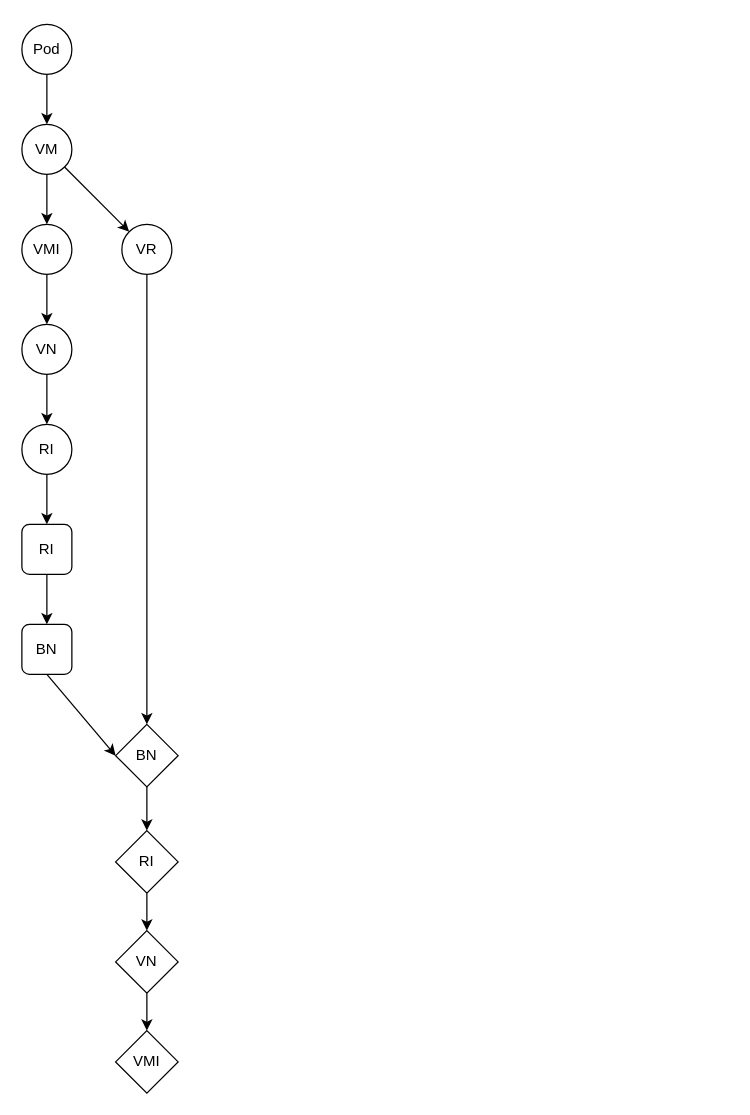
Above: Untitled Diagram2.drawio in michaelhenkel/validator (draw.io), before the change. Source tidied: cells renumbered, new cells numbered last; positions are measured from the earlier drawing's top-left corner, leaving out a move shared by most shapes. Both pictures are drawn from the tidied source at 125%, with x=0, y=0 at pixel (21, 24).
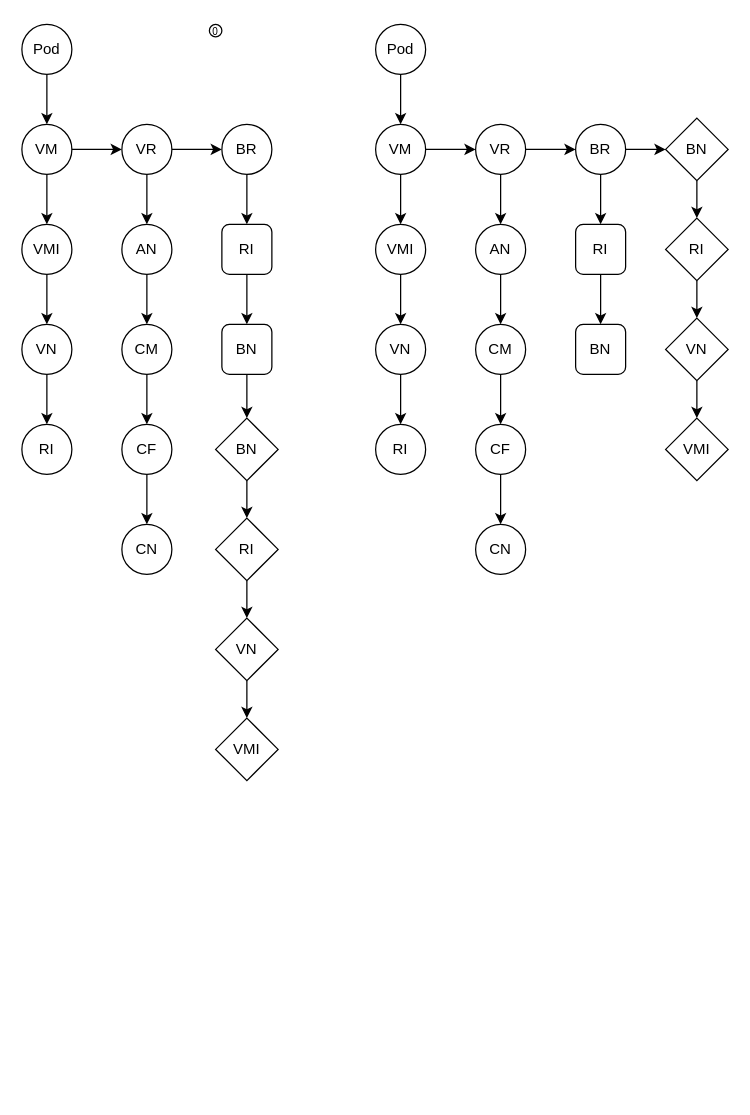
Above is the later version.

The change refers to these unchanged cells:
```xml
<mxCell id="5" value="VM" style="ellipse;whiteSpace=wrap;html=1;" parent="1" vertex="1">
  <mxGeometry y="80" width="40" height="40" as="geometry" />
</mxCell>
<mxCell id="11" value="RI" style="ellipse;whiteSpace=wrap;html=1;" parent="1" vertex="1">
  <mxGeometry y="320" width="40" height="40" as="geometry" />
</mxCell>
```

The edit, as a diff of the source:
```diff
@@
-    <mxCell id="10" style="edgeStyle=none;rounded=0;jettySize=auto;html=1;exitX=0.5;exitY=1;exitDx=0;exitDy=0;entryX=0.5;entryY=0;entryDx=0;entryDy=0;" parent="1" edge="1" source="11" target="13">
-      <mxGeometry relative="1" as="geometry" />
-    </mxCell>
@@
-    <mxCell id="12" style="edgeStyle=none;rounded=0;jettySize=auto;html=1;exitX=0.5;exitY=1;exitDx=0;exitDy=0;entryX=0.5;entryY=0;entryDx=0;entryDy=0;" parent="1" edge="1" source="13" target="15">
-      <mxGeometry relative="1" as="geometry" />
-    </mxCell>
-    <mxCell id="13" value="RI" style="rounded=1;whiteSpace=wrap;html=1;" parent="1" vertex="1">
-      <mxGeometry y="400" width="40" height="40" as="geometry" />
-    </mxCell>
-    <mxCell id="14" style="edgeStyle=none;rounded=0;jettySize=auto;html=1;exitX=0.5;exitY=1;exitDx=0;exitDy=0;entryX=0;entryY=0.5;entryDx=0;entryDy=0;" parent="1" edge="1" source="15" target="25">
-      <mxGeometry relative="1" as="geometry" />
-    </mxCell>
-    <mxCell id="15" value="BN" style="rounded=1;whiteSpace=wrap;html=1;" parent="1" vertex="1">
-      <mxGeometry y="480" width="40" height="40" as="geometry" />
-    </mxCell>
-    <mxCell id="16" style="edgeStyle=none;rounded=0;jettySize=auto;html=1;exitX=0.5;exitY=1;exitDx=0;exitDy=0;entryX=0.5;entryY=0;entryDx=0;entryDy=0;" parent="1" edge="1" source="17" target="19">
-      <mxGeometry relative="1" as="geometry" />
-    </mxCell>
-    <mxCell id="17" value="RI" style="rhombus;whiteSpace=wrap;html=1;" parent="1" vertex="1">
-      <mxGeometry x="75" y="645" width="50" height="50" as="geometry" />
-    </mxCell>
-    <mxCell id="18" style="edgeStyle=none;rounded=0;jettySize=auto;html=1;exitX=0.5;exitY=1;exitDx=0;exitDy=0;entryX=0.5;entryY=0;entryDx=0;entryDy=0;" parent="1" edge="1" source="19" target="20">
-      <mxGeometry relative="1" as="geometry" />
-    </mxCell>
-    <mxCell id="19" value="VN" style="rhombus;whiteSpace=wrap;html=1;" parent="1" vertex="1">
-      <mxGeometry x="75" y="725" width="50" height="50" as="geometry" />
-    </mxCell>
-    <mxCell id="20" value="VMI" style="rhombus;whiteSpace=wrap;html=1;" parent="1" vertex="1">
-      <mxGeometry x="75" y="805" width="50" height="50" as="geometry" />
-    </mxCell>
-    <mxCell id="21" style="edgeStyle=none;rounded=0;jettySize=auto;html=1;exitX=1;exitY=1;exitDx=0;exitDy=0;entryX=0;entryY=0;entryDx=0;entryDy=0;" parent="1" edge="1" source="5" target="23">
+    <mxCell id="21" style="edgeStyle=none;rounded=0;jettySize=auto;html=1;exitX=1;exitY=0.5;exitDx=0;exitDy=0;entryX=0;entryY=0.5;entryDx=0;entryDy=0;" parent="1" edge="1" source="5" target="23">
       <mxGeometry relative="1" as="geometry" />
     </mxCell>
-    <mxCell id="22" style="edgeStyle=none;rounded=0;jettySize=auto;html=1;exitX=0.5;exitY=1;exitDx=0;exitDy=0;entryX=0.5;entryY=0;entryDx=0;entryDy=0;" parent="1" edge="1" source="23" target="25">
-      <mxGeometry relative="1" as="geometry" />
+    <mxCell id="22" style="edgeStyle=none;rounded=0;jettySize=auto;html=1;entryX=0.5;entryY=0;entryDx=0;entryDy=0;" parent="1" edge="1" target="28">
+      <mxGeometry relative="1" as="geometry">
+        <mxPoint x="100" y="120" as="sourcePoint" />
+      </mxGeometry>
     </mxCell>
+    <mxCell id="26" style="edgeStyle=orthogonalEdgeStyle;curved=1;rounded=0;jettySize=auto;html=1;exitX=1;exitY=0.5;exitDx=0;exitDy=0;entryX=0;entryY=0.5;entryDx=0;entryDy=0;" parent="1" edge="1" source="23" target="34">
+      <mxGeometry relative="1" as="geometry" />
+    </mxCell>
     <mxCell id="23" value="VR" style="ellipse;whiteSpace=wrap;html=1;" parent="1" vertex="1">
-      <mxGeometry x="80" y="160" width="40" height="40" as="geometry" />
+      <mxGeometry x="80" y="80" width="40" height="40" as="geometry" />
     </mxCell>
-    <mxCell id="24" style="edgeStyle=none;rounded=0;jettySize=auto;html=1;exitX=0.5;exitY=1;exitDx=0;exitDy=0;entryX=0.5;entryY=0;entryDx=0;entryDy=0;" parent="1" edge="1" source="25" target="17">
-      <mxGeometry relative="1" as="geometry" />
-    </mxCell>
-    <mxCell id="25" value="BN" style="rhombus;whiteSpace=wrap;html=1;" parent="1" vertex="1">
-      <mxGeometry x="75" y="560" width="50" height="50" as="geometry" />
-    </mxCell>
+    <mxCell id="27" style="edgeStyle=orthogonalEdgeStyle;curved=1;rounded=0;jettySize=auto;html=1;" parent="1" edge="1" source="28" target="30">
+      <mxGeometry relative="1" as="geometry" />
+    </mxCell>
+    <mxCell id="28" value="AN" style="ellipse;whiteSpace=wrap;html=1;" parent="1" vertex="1">
+      <mxGeometry x="80" y="160" width="40" height="40" as="geometry" />
+    </mxCell>
+    <mxCell id="29" style="edgeStyle=orthogonalEdgeStyle;curved=1;rounded=0;jettySize=auto;html=1;" parent="1" edge="1" source="30" target="32">
+      <mxGeometry relative="1" as="geometry" />
+    </mxCell>
+    <mxCell id="30" value="CM" style="ellipse;whiteSpace=wrap;html=1;" parent="1" vertex="1">
+      <mxGeometry x="80" y="240" width="40" height="40" as="geometry" />
+    </mxCell>
+    <mxCell id="31" style="edgeStyle=orthogonalEdgeStyle;curved=1;rounded=0;jettySize=auto;html=1;exitX=0.5;exitY=1;exitDx=0;exitDy=0;entryX=0.5;entryY=0;entryDx=0;entryDy=0;" parent="1" edge="1" source="32" target="39">
+      <mxGeometry relative="1" as="geometry" />
+    </mxCell>
+    <mxCell id="32" value="CF" style="ellipse;whiteSpace=wrap;html=1;" parent="1" vertex="1">
+      <mxGeometry x="80" y="320" width="40" height="40" as="geometry" />
+    </mxCell>
+    <mxCell id="33" style="edgeStyle=orthogonalEdgeStyle;curved=1;rounded=0;jettySize=auto;html=1;exitX=0.5;exitY=1;exitDx=0;exitDy=0;entryX=0.5;entryY=0;entryDx=0;entryDy=0;" parent="1" edge="1" source="34" target="36">
+      <mxGeometry relative="1" as="geometry" />
+    </mxCell>
+    <mxCell id="34" value="BR" style="ellipse;whiteSpace=wrap;html=1;" parent="1" vertex="1">
+      <mxGeometry x="160" y="80" width="40" height="40" as="geometry" />
+    </mxCell>
+    <mxCell id="35" style="edgeStyle=orthogonalEdgeStyle;curved=1;rounded=0;jettySize=auto;html=1;" parent="1" edge="1" source="36" target="38">
+      <mxGeometry relative="1" as="geometry" />
+    </mxCell>
+    <mxCell id="36" value="RI" style="rounded=1;whiteSpace=wrap;html=1;" parent="1" vertex="1">
+      <mxGeometry x="160" y="160" width="40" height="40" as="geometry" />
+    </mxCell>
+    <mxCell id="37" style="edgeStyle=orthogonalEdgeStyle;curved=1;rounded=0;jettySize=auto;html=1;" parent="1" edge="1" source="38" target="41">
+      <mxGeometry relative="1" as="geometry" />
+    </mxCell>
+    <mxCell id="38" value="BN" style="rounded=1;whiteSpace=wrap;html=1;" parent="1" vertex="1">
+      <mxGeometry x="160" y="240" width="40" height="40" as="geometry" />
+    </mxCell>
+    <mxCell id="39" value="CN" style="ellipse;whiteSpace=wrap;html=1;" parent="1" vertex="1">
+      <mxGeometry x="80" y="400" width="40" height="40" as="geometry" />
+    </mxCell>
+    <mxCell id="40" style="edgeStyle=orthogonalEdgeStyle;curved=1;rounded=0;jettySize=auto;html=1;" parent="1" edge="1" source="41" target="43">
+      <mxGeometry relative="1" as="geometry" />
+    </mxCell>
+    <mxCell id="41" value="BN" style="rhombus;whiteSpace=wrap;html=1;" parent="1" vertex="1">
+      <mxGeometry x="155" y="315" width="50" height="50" as="geometry" />
+    </mxCell>
+    <mxCell id="42" style="edgeStyle=orthogonalEdgeStyle;curved=1;rounded=0;jettySize=auto;html=1;" parent="1" edge="1" source="43" target="45">
+      <mxGeometry relative="1" as="geometry" />
+    </mxCell>
+    <mxCell id="43" value="RI" style="rhombus;whiteSpace=wrap;html=1;" parent="1" vertex="1">
+      <mxGeometry x="155" y="395" width="50" height="50" as="geometry" />
+    </mxCell>
+    <mxCell id="44" style="edgeStyle=orthogonalEdgeStyle;curved=1;rounded=0;jettySize=auto;html=1;" parent="1" edge="1" source="45" target="46">
+      <mxGeometry relative="1" as="geometry" />
+    </mxCell>
+    <mxCell id="45" value="VN" style="rhombus;whiteSpace=wrap;html=1;" parent="1" vertex="1">
+      <mxGeometry x="155" y="475" width="50" height="50" as="geometry" />
+    </mxCell>
+    <mxCell id="46" value="VMI" style="rhombus;whiteSpace=wrap;html=1;" parent="1" vertex="1">
+      <mxGeometry x="155" y="555" width="50" height="50" as="geometry" />
+    </mxCell>
+    <mxCell id="47" style="edgeStyle=none;rounded=0;jettySize=auto;html=1;exitX=0.5;exitY=1;exitDx=0;exitDy=0;entryX=0.5;entryY=0;entryDx=0;entryDy=0;" parent="1" edge="1" source="48" target="50">
+      <mxGeometry relative="1" as="geometry" />
+    </mxCell>
+    <mxCell id="48" value="Pod" style="ellipse;whiteSpace=wrap;html=1;" parent="1" vertex="1">
+      <mxGeometry x="283" width="40" height="40" as="geometry" />
+    </mxCell>
+    <mxCell id="49" style="edgeStyle=none;rounded=0;jettySize=auto;html=1;exitX=0.5;exitY=1;exitDx=0;exitDy=0;entryX=0.5;entryY=0;entryDx=0;entryDy=0;" parent="1" edge="1" source="50" target="52">
+      <mxGeometry relative="1" as="geometry" />
+    </mxCell>
+    <mxCell id="50" value="VM" style="ellipse;whiteSpace=wrap;html=1;" parent="1" vertex="1">
+      <mxGeometry x="283" y="80" width="40" height="40" as="geometry" />
+    </mxCell>
+    <mxCell id="51" style="edgeStyle=none;rounded=0;jettySize=auto;html=1;entryX=0.5;entryY=0;entryDx=0;entryDy=0;" parent="1" edge="1" source="52" target="54">
+      <mxGeometry relative="1" as="geometry" />
+    </mxCell>
+    <mxCell id="52" value="VMI" style="ellipse;whiteSpace=wrap;html=1;" parent="1" vertex="1">
+      <mxGeometry x="283" y="160" width="40" height="40" as="geometry" />
+    </mxCell>
+    <mxCell id="53" style="edgeStyle=none;rounded=0;jettySize=auto;html=1;exitX=0.5;exitY=1;exitDx=0;exitDy=0;entryX=0.5;entryY=0;entryDx=0;entryDy=0;" parent="1" edge="1" source="54" target="55">
+      <mxGeometry relative="1" as="geometry" />
+    </mxCell>
+    <mxCell id="54" value="VN" style="ellipse;whiteSpace=wrap;html=1;" parent="1" vertex="1">
+      <mxGeometry x="283" y="240" width="40" height="40" as="geometry" />
+    </mxCell>
+    <mxCell id="55" value="RI" style="ellipse;whiteSpace=wrap;html=1;" parent="1" vertex="1">
+      <mxGeometry x="283" y="320" width="40" height="40" as="geometry" />
+    </mxCell>
+    <mxCell id="56" style="edgeStyle=none;rounded=0;jettySize=auto;html=1;exitX=1;exitY=0.5;exitDx=0;exitDy=0;entryX=0;entryY=0.5;entryDx=0;entryDy=0;" parent="1" edge="1" source="50" target="59">
+      <mxGeometry relative="1" as="geometry" />
+    </mxCell>
+    <mxCell id="57" style="edgeStyle=none;rounded=0;jettySize=auto;html=1;entryX=0.5;entryY=0;entryDx=0;entryDy=0;" parent="1" edge="1" target="61">
+      <mxGeometry relative="1" as="geometry">
+        <mxPoint x="383" y="120" as="sourcePoint" />
+      </mxGeometry>
+    </mxCell>
+    <mxCell id="58" style="edgeStyle=orthogonalEdgeStyle;curved=1;rounded=0;jettySize=auto;html=1;exitX=1;exitY=0.5;exitDx=0;exitDy=0;entryX=0;entryY=0.5;entryDx=0;entryDy=0;" parent="1" edge="1" source="59" target="68">
+      <mxGeometry relative="1" as="geometry" />
+    </mxCell>
+    <mxCell id="59" value="VR" style="ellipse;whiteSpace=wrap;html=1;" parent="1" vertex="1">
+      <mxGeometry x="363" y="80" width="40" height="40" as="geometry" />
+    </mxCell>
+    <mxCell id="60" style="edgeStyle=orthogonalEdgeStyle;curved=1;rounded=0;jettySize=auto;html=1;" parent="1" edge="1" source="61" target="63">
+      <mxGeometry relative="1" as="geometry" />
+    </mxCell>
+    <mxCell id="61" value="AN" style="ellipse;whiteSpace=wrap;html=1;" parent="1" vertex="1">
+      <mxGeometry x="363" y="160" width="40" height="40" as="geometry" />
+    </mxCell>
+    <mxCell id="62" style="edgeStyle=orthogonalEdgeStyle;curved=1;rounded=0;jettySize=auto;html=1;" parent="1" edge="1" source="63" target="65">
+      <mxGeometry relative="1" as="geometry" />
+    </mxCell>
+    <mxCell id="63" value="CM" style="ellipse;whiteSpace=wrap;html=1;" parent="1" vertex="1">
+      <mxGeometry x="363" y="240" width="40" height="40" as="geometry" />
+    </mxCell>
+    <mxCell id="64" style="edgeStyle=orthogonalEdgeStyle;curved=1;rounded=0;jettySize=auto;html=1;exitX=0.5;exitY=1;exitDx=0;exitDy=0;entryX=0.5;entryY=0;entryDx=0;entryDy=0;" parent="1" edge="1" source="65" target="72">
+      <mxGeometry relative="1" as="geometry" />
+    </mxCell>
+    <mxCell id="65" value="CF" style="ellipse;whiteSpace=wrap;html=1;" parent="1" vertex="1">
+      <mxGeometry x="363" y="320" width="40" height="40" as="geometry" />
+    </mxCell>
+    <mxCell id="66" style="edgeStyle=orthogonalEdgeStyle;curved=1;rounded=0;jettySize=auto;html=1;exitX=0.5;exitY=1;exitDx=0;exitDy=0;entryX=0.5;entryY=0;entryDx=0;entryDy=0;" parent="1" edge="1" source="68" target="70">
+      <mxGeometry relative="1" as="geometry" />
+    </mxCell>
+    <mxCell id="67" style="edgeStyle=orthogonalEdgeStyle;curved=1;rounded=0;jettySize=auto;html=1;" parent="1" edge="1" source="68" target="74">
+      <mxGeometry relative="1" as="geometry" />
+    </mxCell>
+    <mxCell id="68" value="BR" style="ellipse;whiteSpace=wrap;html=1;" parent="1" vertex="1">
+      <mxGeometry x="443" y="80" width="40" height="40" as="geometry" />
+    </mxCell>
+    <mxCell id="69" style="edgeStyle=orthogonalEdgeStyle;curved=1;rounded=0;jettySize=auto;html=1;" parent="1" edge="1" source="70" target="71">
+      <mxGeometry relative="1" as="geometry" />
+    </mxCell>
+    <mxCell id="70" value="RI" style="rounded=1;whiteSpace=wrap;html=1;" parent="1" vertex="1">
+      <mxGeometry x="443" y="160" width="40" height="40" as="geometry" />
+    </mxCell>
+    <mxCell id="71" value="BN" style="rounded=1;whiteSpace=wrap;html=1;" parent="1" vertex="1">
+      <mxGeometry x="443" y="240" width="40" height="40" as="geometry" />
+    </mxCell>
+    <mxCell id="72" value="CN" style="ellipse;whiteSpace=wrap;html=1;" parent="1" vertex="1">
+      <mxGeometry x="363" y="400" width="40" height="40" as="geometry" />
+    </mxCell>
+    <mxCell id="73" style="edgeStyle=orthogonalEdgeStyle;curved=1;rounded=0;jettySize=auto;html=1;" parent="1" edge="1" source="74" target="76">
+      <mxGeometry relative="1" as="geometry" />
+    </mxCell>
+    <mxCell id="74" value="BN" style="rhombus;whiteSpace=wrap;html=1;" parent="1" vertex="1">
+      <mxGeometry x="515" y="75" width="50" height="50" as="geometry" />
+    </mxCell>
+    <mxCell id="75" style="edgeStyle=orthogonalEdgeStyle;curved=1;rounded=0;jettySize=auto;html=1;" parent="1" edge="1" source="76" target="78">
+      <mxGeometry relative="1" as="geometry" />
+    </mxCell>
+    <mxCell id="76" value="RI" style="rhombus;whiteSpace=wrap;html=1;" parent="1" vertex="1">
+      <mxGeometry x="515" y="155" width="50" height="50" as="geometry" />
+    </mxCell>
+    <mxCell id="77" style="edgeStyle=orthogonalEdgeStyle;curved=1;rounded=0;jettySize=auto;html=1;" parent="1" edge="1" source="78" target="79">
+      <mxGeometry relative="1" as="geometry" />
+    </mxCell>
+    <mxCell id="78" value="VN" style="rhombus;whiteSpace=wrap;html=1;" parent="1" vertex="1">
+      <mxGeometry x="515" y="235" width="50" height="50" as="geometry" />
+    </mxCell>
+    <mxCell id="79" value="VMI" style="rhombus;whiteSpace=wrap;html=1;" parent="1" vertex="1">
+      <mxGeometry x="515" y="315" width="50" height="50" as="geometry" />
+    </mxCell>
+    <mxCell id="80" value="&lt;font style=&quot;font-size: 8px&quot;&gt;0&lt;/font&gt;" style="ellipse;whiteSpace=wrap;html=1;align=center;" parent="1" vertex="1">
+      <mxGeometry x="150" width="10" height="10" as="geometry" />
+    </mxCell>
```
